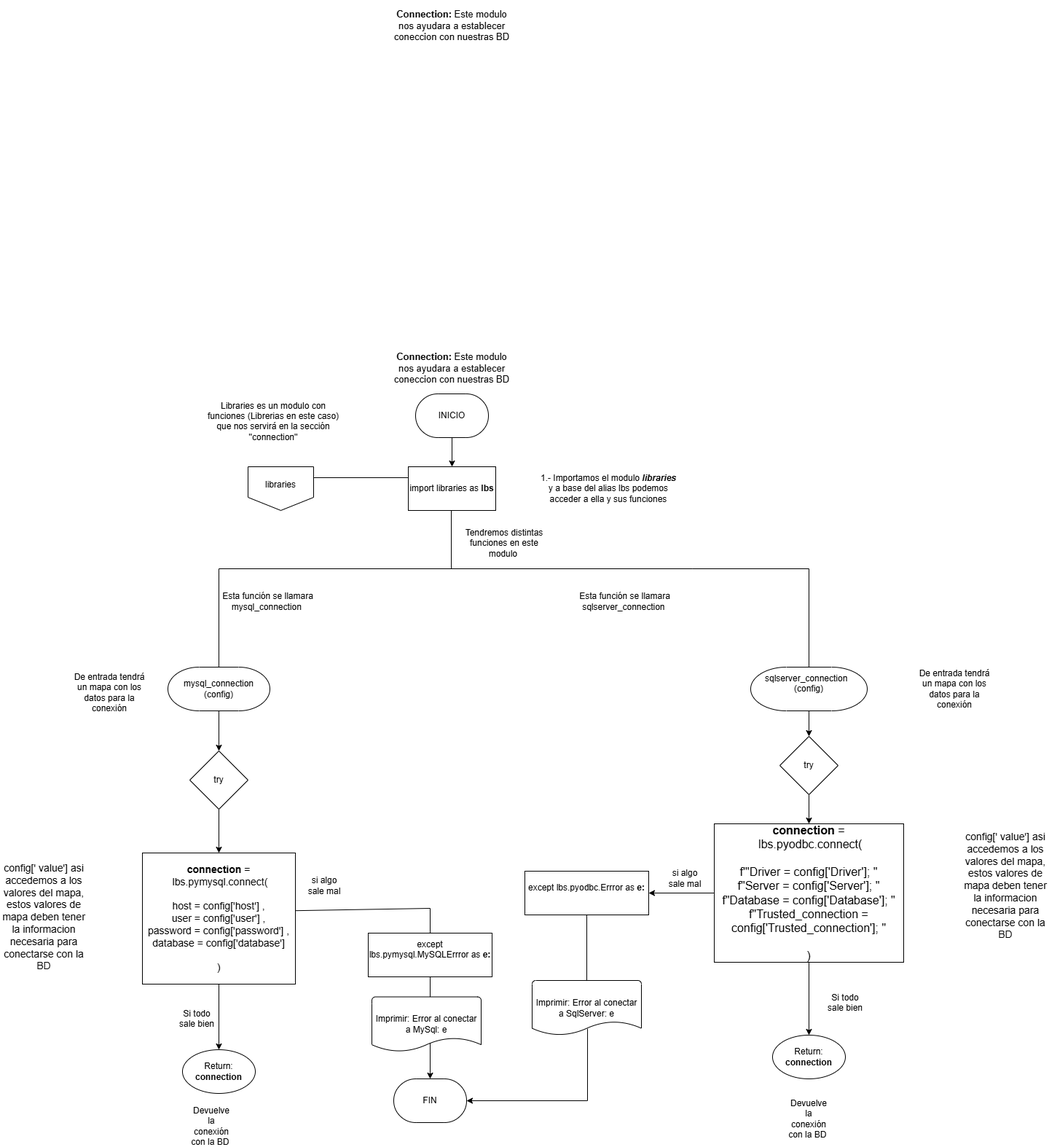
Before: Documentación/Diagramas/MIGRATION/connection_module.drawio.png, a diagram exported from draw.io (AlfredoZC/Coffee-shop). Source tidied: cells renumbered, new cells last; positions are measured from the earlier drawing's top-left corner, leaving out a move shared by most shapes.
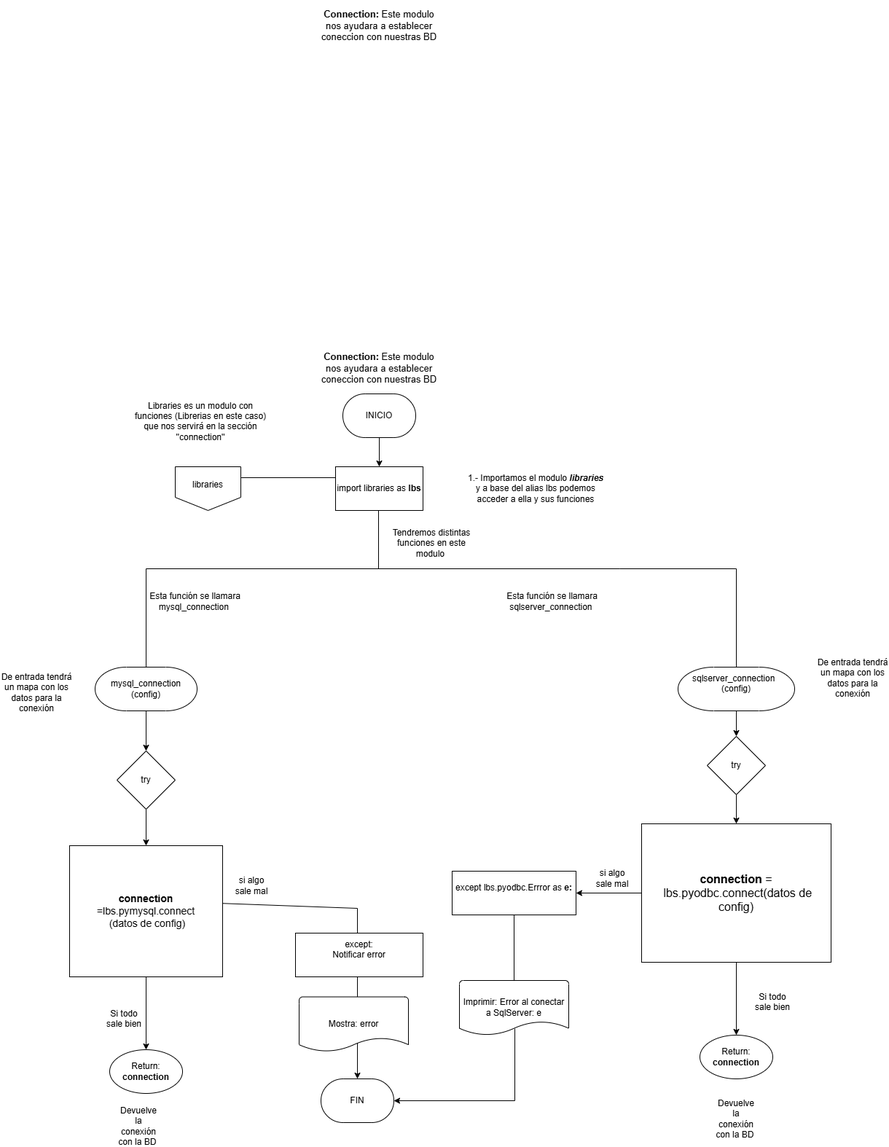
Above is the later version.

The edit, as a diff of the source:
```diff
@@ -86,7 +86,7 @@
       <mxGeometry x="100" y="935" width="100" height="30" as="geometry" />
     </mxCell>
     <mxCell id="25" value="De entrada tendrá un mapa con los datos para la conexión" style="text;html=1;align=center;verticalAlign=middle;whiteSpace=wrap;rounded=0;" parent="1" vertex="1">
-      <mxGeometry x="1260" y="930" width="100" height="30" as="geometry" />
+      <mxGeometry x="1220" y="915" width="100" height="30" as="geometry" />
     </mxCell>
     <mxCell id="26" style="edgeStyle=orthogonalEdgeStyle;rounded=0;jettySize=auto;html=1;" parent="1" edge="1" source="27" target="29">
       <mxGeometry relative="1" as="geometry" />
@@ -97,8 +97,8 @@
     <mxCell id="28" style="edgeStyle=orthogonalEdgeStyle;rounded=0;jettySize=auto;html=1;" parent="1" edge="1" source="29" target="47">
       <mxGeometry relative="1" as="geometry" />
     </mxCell>
-    <mxCell id="29" value="&lt;b&gt;connection &lt;/b&gt;=&lt;div&gt;&amp;nbsp;lbs.pymysql.connect(&lt;/div&gt;&lt;div&gt;&lt;br&gt;&lt;div&gt;host = config['host'] ,&lt;/div&gt;&lt;div&gt;user = config['user'] ,&lt;/div&gt;&lt;div&gt;password = config['password'] ,&lt;/div&gt;&lt;div&gt;database = config['database']&lt;/div&gt;&lt;div&gt;&lt;span style=&quot;background-color: initial;&quot;&gt;&lt;br&gt;&lt;/span&gt;&lt;/div&gt;&lt;div&gt;&lt;span style=&quot;background-color: initial;&quot;&gt;)&lt;/span&gt;&lt;/div&gt;&lt;/div&gt;" style="rounded=0;whiteSpace=wrap;html=1;fontSize=14;" parent="1" vertex="1">
-      <mxGeometry x="195" y="1170" width="210" height="180" as="geometry" />
+    <mxCell id="29" value="&lt;b&gt;connection &lt;/b&gt;=lbs.pymysql.connect&lt;div&gt;&amp;nbsp;(datos de config)&lt;/div&gt;" style="rounded=0;whiteSpace=wrap;html=1;fontSize=14;" parent="1" vertex="1">
+      <mxGeometry x="195" y="1160" width="210" height="180" as="geometry" />
     </mxCell>
     <mxCell id="30" style="endArrow=classic;html=1;rounded=0;exitX=0.998;exitY=0.44;exitDx=0;exitDy=0;exitPerimeter=0;entryX=0.5;entryY=0;entryDx=0;entryDy=0;entryPerimeter=0;" parent="1" edge="1" source="29" target="5">
       <mxGeometry relative="1" as="geometry">
@@ -113,10 +113,10 @@
     <mxCell id="32" value="&lt;div&gt;si algo sale mal&lt;/div&gt;" style="text;html=1;align=center;verticalAlign=middle;whiteSpace=wrap;rounded=0;" parent="1" vertex="1">
       <mxGeometry x="415" y="1200" width="60" height="30" as="geometry" />
     </mxCell>
-    <mxCell id="33" value="except lbs.pymysql.MySQLErrror as &lt;b&gt;e:&lt;/b&gt;&lt;div&gt;&lt;b&gt;&lt;br&gt;&lt;/b&gt;&lt;/div&gt;" style="rounded=0;whiteSpace=wrap;html=1;" parent="1" vertex="1">
-      <mxGeometry x="505" y="1280" width="170" height="60" as="geometry" />
+    <mxCell id="33" value="except:&lt;br&gt;Notificar error&lt;br&gt;&lt;div&gt;&lt;div&gt;&lt;b&gt;&lt;br&gt;&lt;/b&gt;&lt;/div&gt;&lt;/div&gt;" style="rounded=0;whiteSpace=wrap;html=1;" parent="1" vertex="1">
+      <mxGeometry x="505" y="1280" width="175" height="60" as="geometry" />
     </mxCell>
-    <mxCell id="34" value="Imprimir: Error al conectar a MySql: e" style="strokeWidth=1;html=1;shape=mxgraph.flowchart.document2;whiteSpace=wrap;size=0.25;" parent="1" vertex="1">
+    <mxCell id="34" value="Mostra: error" style="strokeWidth=1;html=1;shape=mxgraph.flowchart.document2;whiteSpace=wrap;size=0.25;" parent="1" vertex="1">
       <mxGeometry x="510" y="1367.5" width="150" height="75" as="geometry" />
     </mxCell>
     <mxCell id="35" style="edgeStyle=orthogonalEdgeStyle;rounded=0;jettySize=auto;html=1;" parent="1" edge="1" source="36" target="38">
@@ -128,7 +128,7 @@
     <mxCell id="37" style="edgeStyle=orthogonalEdgeStyle;rounded=0;jettySize=auto;html=1;" parent="1" edge="1" source="38" target="39">
       <mxGeometry relative="1" as="geometry" />
     </mxCell>
-    <mxCell id="38" value="&lt;b&gt;connection&lt;/b&gt; =&lt;div&gt;&amp;nbsp;lbs.pyodbc.connect(&lt;/div&gt;&lt;div&gt;&lt;br&gt;&lt;div&gt;f'&quot;Driver = config['Driver']; &quot;&lt;/div&gt;&lt;div&gt;f&quot;Server = config['Server']; &quot;&lt;/div&gt;&lt;div&gt;f&quot;Database = config['Database']; &quot;&lt;/div&gt;&lt;div&gt;f&quot;Trusted_connection = config['Trusted_connection']; &quot;&lt;/div&gt;&lt;div&gt;&lt;span style=&quot;background-color: initial;&quot;&gt;&lt;br&gt;&lt;/span&gt;&lt;/div&gt;&lt;div&gt;&lt;span style=&quot;background-color: initial;&quot;&gt;)&lt;/span&gt;&lt;/div&gt;&lt;/div&gt;" style="rounded=0;whiteSpace=wrap;html=1;fontSize=16;" parent="1" vertex="1">
+    <mxCell id="38" value="&lt;b&gt;connection&lt;/b&gt; =&lt;div&gt;&amp;nbsp;lbs.pyodbc.connect(datos de config)&lt;/div&gt;" style="rounded=0;whiteSpace=wrap;html=1;fontSize=16;" parent="1" vertex="1">
       <mxGeometry x="980" y="1130" width="260" height="190" as="geometry" />
     </mxCell>
     <mxCell id="39" value="except lbs.pyodbc.Errror as &lt;b&gt;e:&lt;/b&gt;&lt;div&gt;&lt;b&gt;&lt;br&gt;&lt;/b&gt;&lt;/div&gt;" style="rounded=0;whiteSpace=wrap;html=1;" parent="1" vertex="1">
@@ -168,11 +168,5 @@
     <mxCell id="49" value="Devuelve la conexión con la BD&amp;nbsp;" style="text;html=1;align=center;verticalAlign=middle;whiteSpace=wrap;rounded=0;" parent="1" vertex="1">
       <mxGeometry x="1080" y="1520" width="60" height="30" as="geometry" />
     </mxCell>
-    <mxCell id="50" value="config[' value'] asi accedemos a los valores del mapa, estos valores de mapa deben tener la informacion necesaria para conectarse con la BD" style="text;html=1;align=center;verticalAlign=middle;whiteSpace=wrap;rounded=0;fontSize=14;" parent="1" vertex="1">
-      <mxGeometry x="1320" y="1135" width="120" height="160" as="geometry" />
-    </mxCell>
-    <mxCell id="51" value="config[' value'] asi accedemos a los valores del mapa, estos valores de mapa deben tener la informacion necesaria para conectarse con la BD" style="text;html=1;align=center;verticalAlign=middle;whiteSpace=wrap;rounded=0;fontSize=14;" parent="1" vertex="1">
-      <mxGeometry y="1180" width="120" height="155" as="geometry" />
-    </mxCell>
   </root>
 </mxGraphModel>
```
